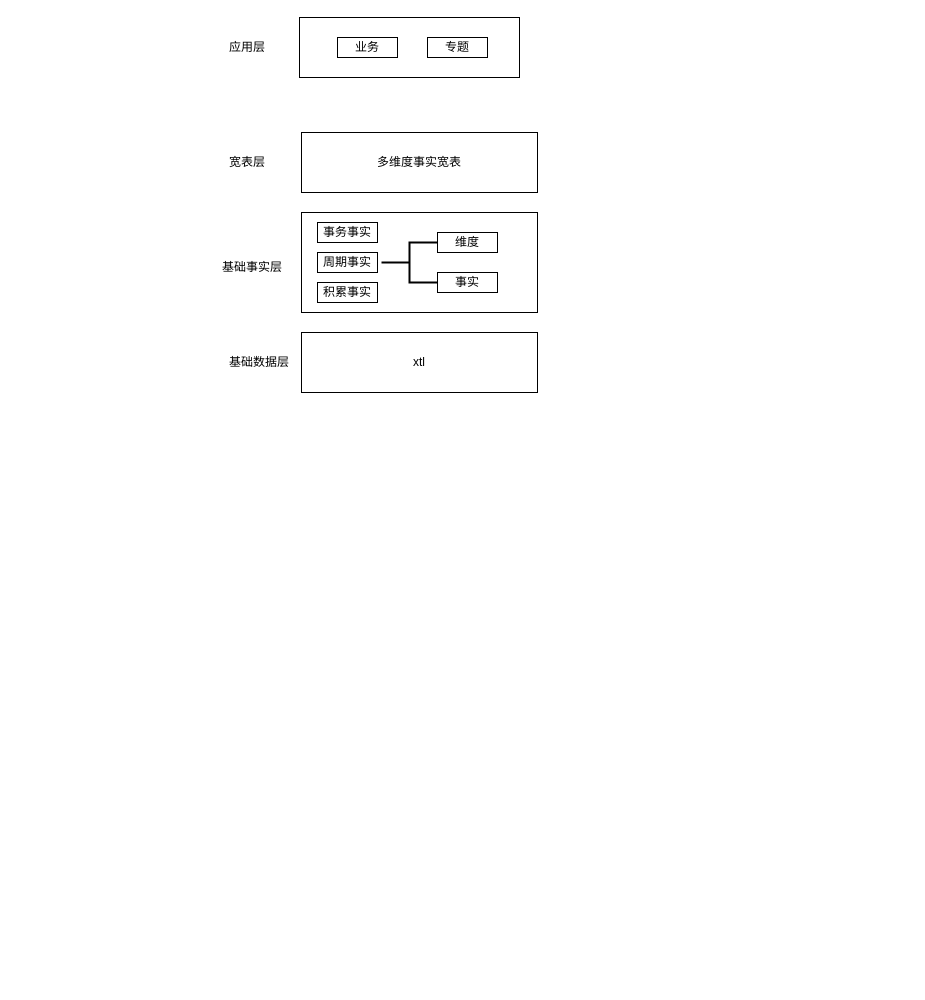
The draw.io diagram 未命名绘图.drawio in BMFintern/test_demo, before the edit. Source tidied: cells renumbered, new cells numbered last; positions are measured from the earlier drawing's top-left corner, leaving out a move shared by most shapes. Both pictures are drawn from the tidied source at 100%, with x=0, y=0 at pixel (217, 17).
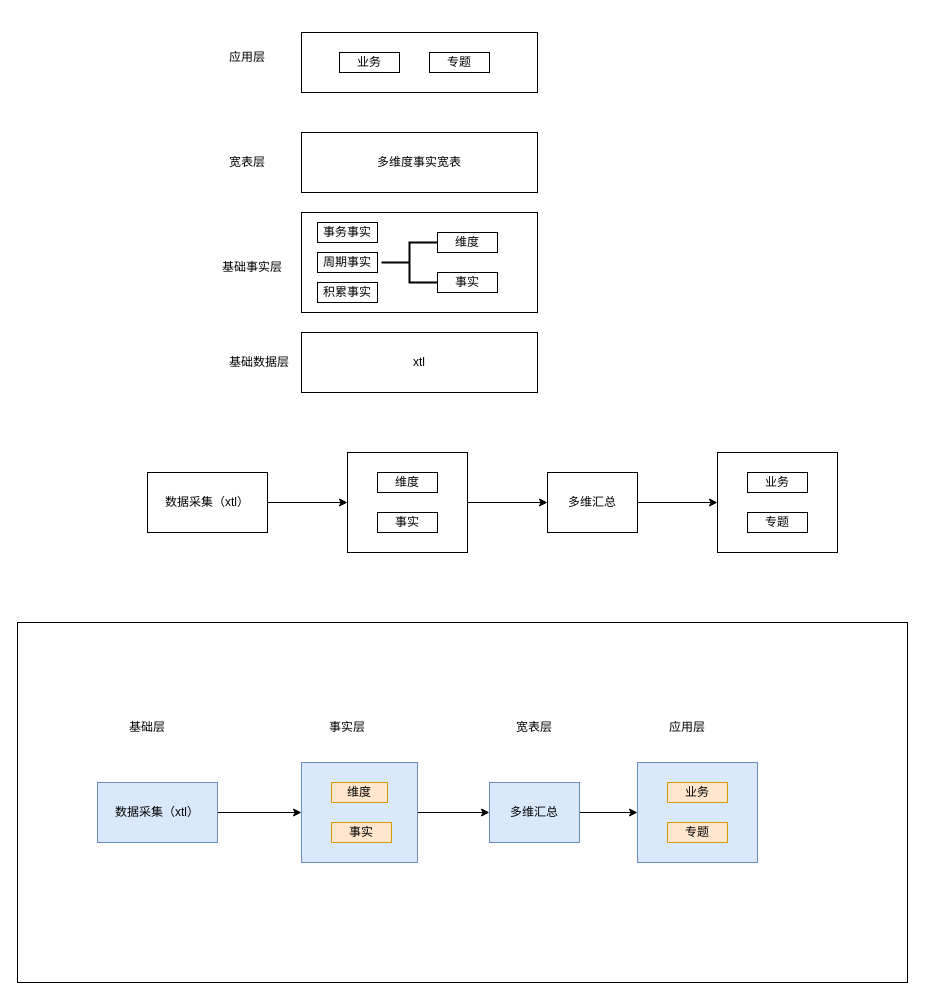
The same diagram, later.

Commit message:
数据二层治理流程.drawio

What changed in the source:
```diff
@@
     <mxCell id="5" style="rounded=0;whiteSpace=wrap;html=1;" parent="1" vertex="1">
-      <mxGeometry x="82" width="220" height="60" as="geometry" />
+      <mxGeometry x="84" y="15" width="236" height="60" as="geometry" />
     </mxCell>
@@
     <mxCell id="9" value="应用层" style="text;html=1;strokeColor=none;fillColor=none;align=center;verticalAlign=middle;whiteSpace=wrap;rounded=0;" parent="1" vertex="1">
-      <mxGeometry y="15" width="60" height="30" as="geometry" />
+      <mxGeometry y="25" width="60" height="30" as="geometry" />
     </mxCell>
@@
     <mxCell id="13" value="专题" style="rounded=0;whiteSpace=wrap;html=1;" parent="1" vertex="1">
-      <mxGeometry x="210" y="20" width="60" height="20" as="geometry" />
+      <mxGeometry x="212" y="35" width="60" height="20" as="geometry" />
     </mxCell>
     <mxCell id="14" value="业务" style="rounded=0;whiteSpace=wrap;html=1;" parent="1" vertex="1">
-      <mxGeometry x="120" y="20" width="60" height="20" as="geometry" />
+      <mxGeometry x="122" y="35" width="60" height="20" as="geometry" />
     </mxCell>
@@
+    <mxCell id="18" style="edgeStyle=orthogonalEdgeStyle;rounded=0;jettySize=auto;html=1;" parent="1" edge="1" source="19" target="21">
+      <mxGeometry relative="1" as="geometry" />
+    </mxCell>
+    <mxCell id="19" value="数据采集（xtl）" style="rounded=0;whiteSpace=wrap;html=1;" parent="1" vertex="1">
+      <mxGeometry x="-70" y="455" width="120" height="60" as="geometry" />
+    </mxCell>
+    <mxCell id="20" style="edgeStyle=orthogonalEdgeStyle;rounded=0;jettySize=auto;html=1;" parent="1" edge="1" source="21" target="25">
+      <mxGeometry relative="1" as="geometry" />
+    </mxCell>
+    <mxCell id="21" style="rounded=0;whiteSpace=wrap;html=1;" parent="1" vertex="1">
+      <mxGeometry x="130" y="435" width="120" height="100" as="geometry" />
+    </mxCell>
+    <mxCell id="22" value="&lt;span style=&quot;&quot;&gt;维度&lt;/span&gt;" style="rounded=0;whiteSpace=wrap;html=1;" parent="1" vertex="1">
+      <mxGeometry x="160" y="455" width="60" height="20" as="geometry" />
+    </mxCell>
+    <mxCell id="23" value="事实" style="rounded=0;whiteSpace=wrap;html=1;" parent="1" vertex="1">
+      <mxGeometry x="160" y="495" width="60" height="20" as="geometry" />
+    </mxCell>
+    <mxCell id="24" style="edgeStyle=orthogonalEdgeStyle;rounded=0;jettySize=auto;html=1;" parent="1" edge="1" source="25" target="26">
+      <mxGeometry relative="1" as="geometry" />
+    </mxCell>
+    <mxCell id="25" value="多维汇总" style="rounded=0;whiteSpace=wrap;html=1;" parent="1" vertex="1">
+      <mxGeometry x="330" y="455" width="90" height="60" as="geometry" />
+    </mxCell>
+    <mxCell id="26" style="whiteSpace=wrap;html=1;rounded=0;" parent="1" vertex="1">
+      <mxGeometry x="500" y="435" width="120" height="100" as="geometry" />
+    </mxCell>
+    <mxCell id="27" value="&lt;span style=&quot;&quot;&gt;专题&lt;/span&gt;" style="rounded=0;whiteSpace=wrap;html=1;" parent="1" vertex="1">
+      <mxGeometry x="530" y="495" width="60" height="20" as="geometry" />
+    </mxCell>
+    <mxCell id="28" value="&lt;span style=&quot;&quot;&gt;业务&lt;/span&gt;" style="rounded=0;whiteSpace=wrap;html=1;" parent="1" vertex="1">
+      <mxGeometry x="530" y="455" width="60" height="20" as="geometry" />
+    </mxCell>
+    <mxCell id="29" style="rounded=0;whiteSpace=wrap;html=1;" parent="1" vertex="1">
+      <mxGeometry x="-200" y="605" width="890" height="360" as="geometry" />
+    </mxCell>
+    <mxCell id="30" style="edgeStyle=orthogonalEdgeStyle;rounded=0;jettySize=auto;html=1;" parent="1" edge="1" source="31" target="33">
+      <mxGeometry relative="1" as="geometry" />
+    </mxCell>
+    <mxCell id="31" value="数据采集（xtl）" style="rounded=0;whiteSpace=wrap;html=1;fillColor=#dae8fc;strokeColor=#6c8ebf;" parent="1" vertex="1">
+      <mxGeometry x="-120" y="765" width="120" height="60" as="geometry" />
+    </mxCell>
+    <mxCell id="32" style="edgeStyle=orthogonalEdgeStyle;rounded=0;jettySize=auto;html=1;" parent="1" edge="1" source="33" target="37">
+      <mxGeometry relative="1" as="geometry" />
+    </mxCell>
+    <mxCell id="33" style="rounded=0;whiteSpace=wrap;html=1;fillColor=#dae8fc;strokeColor=#6c8ebf;" parent="1" vertex="1">
+      <mxGeometry x="84" y="745" width="116" height="100" as="geometry" />
+    </mxCell>
+    <mxCell id="34" value="&lt;span style=&quot;&quot;&gt;维度&lt;/span&gt;" style="rounded=0;whiteSpace=wrap;html=1;fillColor=#ffe6cc;strokeColor=#d79b00;" parent="1" vertex="1">
+      <mxGeometry x="114" y="765" width="56" height="20" as="geometry" />
+    </mxCell>
+    <mxCell id="35" value="事实" style="rounded=0;whiteSpace=wrap;html=1;fillColor=#ffe6cc;strokeColor=#d79b00;" parent="1" vertex="1">
+      <mxGeometry x="114" y="805" width="60" height="20" as="geometry" />
+    </mxCell>
+    <mxCell id="36" style="edgeStyle=orthogonalEdgeStyle;rounded=0;jettySize=auto;html=1;" parent="1" edge="1" source="37" target="38">
+      <mxGeometry relative="1" as="geometry" />
+    </mxCell>
+    <mxCell id="37" value="多维汇总" style="rounded=0;whiteSpace=wrap;html=1;fillColor=#dae8fc;strokeColor=#6c8ebf;" parent="1" vertex="1">
+      <mxGeometry x="272" y="765" width="90" height="60" as="geometry" />
+    </mxCell>
+    <mxCell id="38" style="whiteSpace=wrap;html=1;rounded=0;fillColor=#dae8fc;strokeColor=#6c8ebf;" parent="1" vertex="1">
+      <mxGeometry x="420" y="745" width="120" height="100" as="geometry" />
+    </mxCell>
+    <mxCell id="39" value="&lt;span style=&quot;&quot;&gt;业务&lt;/span&gt;" style="rounded=0;whiteSpace=wrap;html=1;fillColor=#ffe6cc;strokeColor=#d79b00;" parent="1" vertex="1">
+      <mxGeometry x="450" y="765" width="60" height="20" as="geometry" />
+    </mxCell>
+    <mxCell id="40" value="&lt;span style=&quot;&quot;&gt;专题&lt;/span&gt;" style="rounded=0;whiteSpace=wrap;html=1;fillColor=#ffe6cc;strokeColor=#d79b00;" parent="1" vertex="1">
+      <mxGeometry x="450" y="805" width="60" height="20" as="geometry" />
+    </mxCell>
+    <mxCell id="41" value="基础层" style="text;html=1;strokeColor=none;fillColor=none;align=center;verticalAlign=middle;whiteSpace=wrap;rounded=0;" parent="1" vertex="1">
+      <mxGeometry x="-100" y="695" width="60" height="30" as="geometry" />
+    </mxCell>
+    <mxCell id="42" value="事实层" style="text;html=1;strokeColor=none;fillColor=none;align=center;verticalAlign=middle;whiteSpace=wrap;rounded=0;" parent="1" vertex="1">
+      <mxGeometry x="100" y="695" width="60" height="30" as="geometry" />
+    </mxCell>
+    <mxCell id="43" value="宽表层" style="text;html=1;strokeColor=none;fillColor=none;align=center;verticalAlign=middle;whiteSpace=wrap;rounded=0;" parent="1" vertex="1">
+      <mxGeometry x="287" y="695" width="60" height="30" as="geometry" />
+    </mxCell>
+    <mxCell id="44" value="应用层" style="text;html=1;strokeColor=none;fillColor=none;align=center;verticalAlign=middle;whiteSpace=wrap;rounded=0;" parent="1" vertex="1">
+      <mxGeometry x="440" y="695" width="60" height="30" as="geometry" />
+    </mxCell>
```
